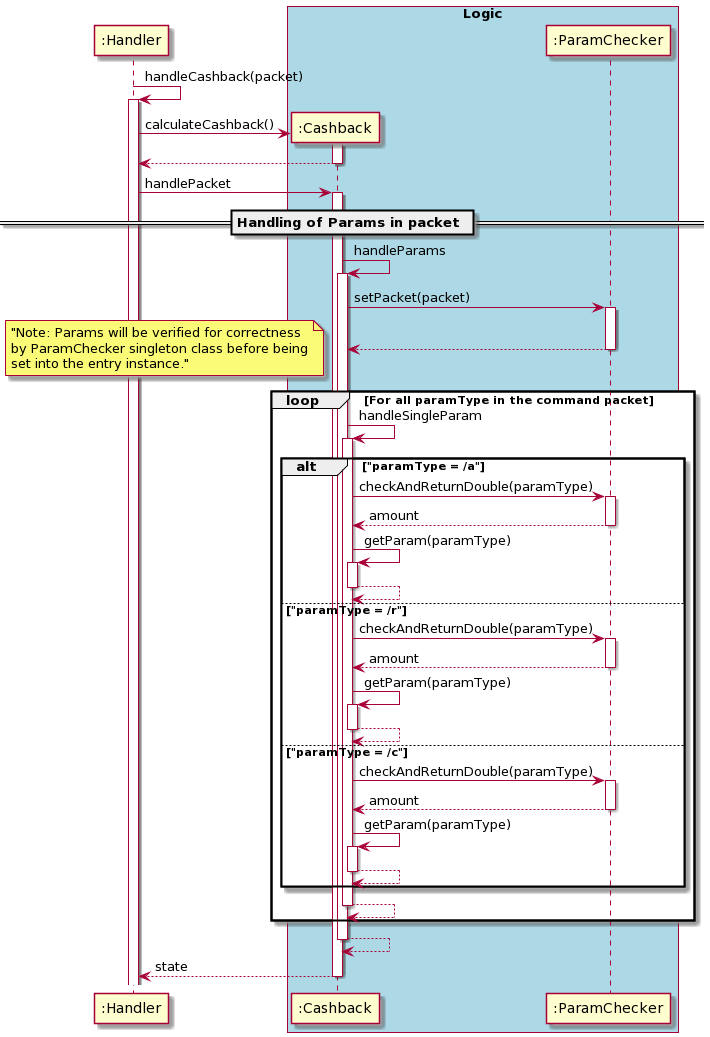
nus-cs2113-AY2021S1/tp keeps this PlantUML diagram as docs/uml_images/financetools/Cashback/CashbackSequenceDiagram(1).png. Above is the earlier version. Its diagram source:
```plantuml
@startuml
autoactivate on

":Handler" ->":Handler": handleCashback(packet)
    create ":Cashback"
   ":Handler"-> ":Cashback" : calculateCashback()
    return

   ":Handler"-> ":Cashback" : handlePacket

        == Handling of Params in packet ==
        ":Cashback" -> ":Cashback" : handleParams
            ":Cashback" -> ":ParamChecker" : setPacket(packet)
            return
            loop For all paramType in the command packet
                note left: "Note: Params will be verified for correctness\nby ParamChecker singleton class before being\nset into the entry instance."
                ":Cashback" -> ":Cashback" : handleSingleParam
                    alt "paramType = /a"
                        ":Cashback" ->":ParamChecker": checkAndReturnDouble(paramType)
                        return amount
                        ":Cashback" -> ":Cashback" : getParam(paramType)
                        return
                    else "paramType = /r"
                        ":Cashback" ->":ParamChecker": checkAndReturnDouble(paramType)
                        return amount
                        ":Cashback" -> ":Cashback" : getParam(paramType)
                        return
                    else "paramType = /c"
                        ":Cashback" ->":ParamChecker": checkAndReturnDouble(paramType)
                        return amount
                        ":Cashback" -> ":Cashback" : getParam(paramType)
                        return
                    end
                return
            end
        return

return state


box "Logic" #LightBlue
participant ":Cashback"
participant ":ParamChecker"
endBox
@enduml
```
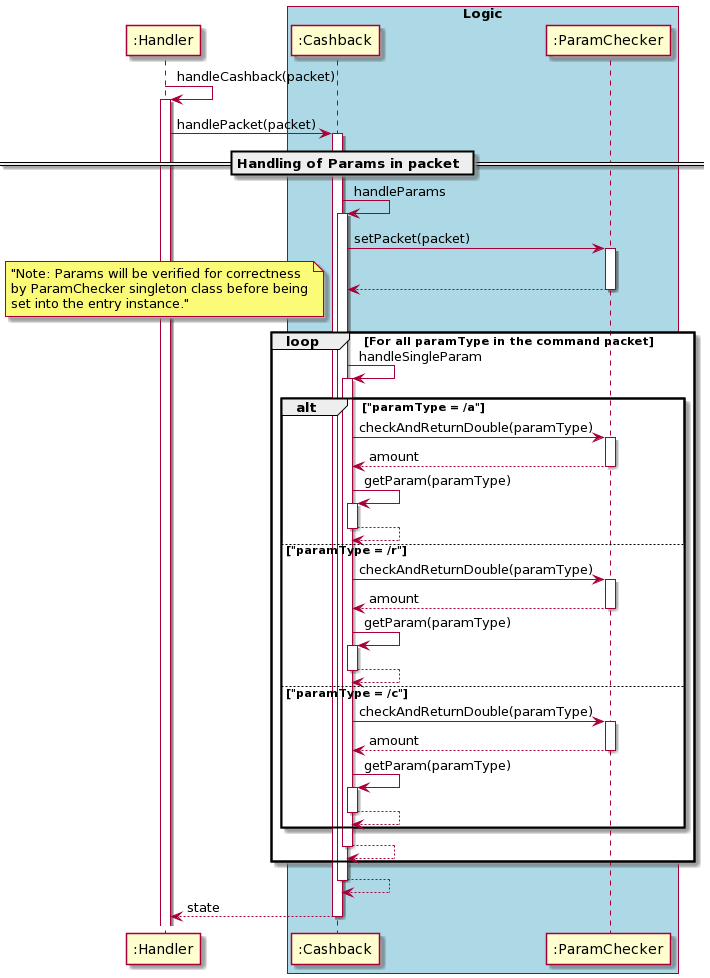
After the commit.

What changed in the source:
```diff
@@ -2,11 +2,8 @@
 autoactivate on
 
 ":Handler" ->":Handler": handleCashback(packet)
-    create ":Cashback"
-   ":Handler"-> ":Cashback" : calculateCashback()
-    return
 
-   ":Handler"-> ":Cashback" : handlePacket
+   ":Handler"-> ":Cashback" : handlePacket(packet)
 
         == Handling of Params in packet ==
         ":Cashback" -> ":Cashback" : handleParams
```
